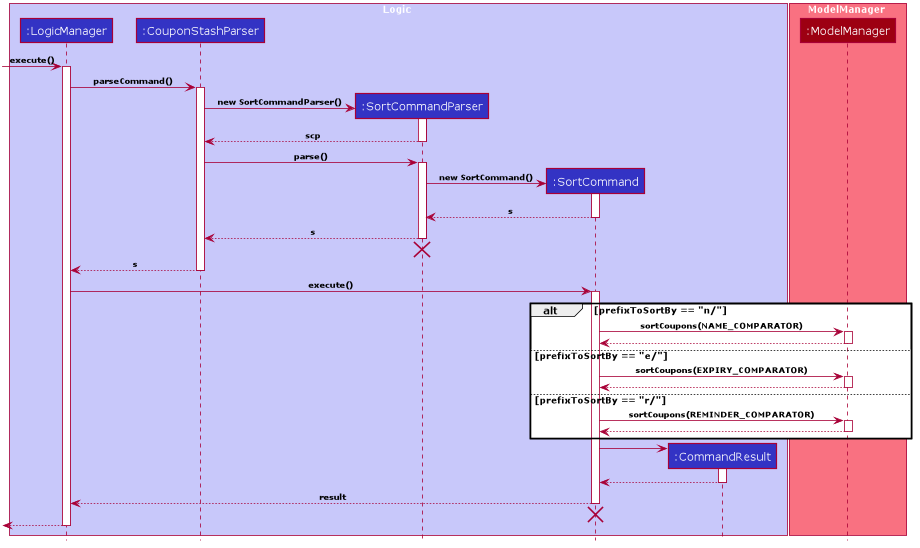
nus-cs2103-AY1920S2/addressbook-level3 keeps this PlantUML diagram as docs/images/SortCommandSeqDiagram.png. Above is the earlier version. The source it was exported from:
```plantuml
@startuml










skinparam BackgroundColor #FFFFFFF

skinparam Shadowing false

skinparam Class {
    FontColor #FFFFFF
    BorderThickness 1
    BorderColor #FFFFFF
    StereotypeFontColor #FFFFFF
    FontName Verdana
    AttributeFontColor #FFFFFF
}

skinparam Actor {
    BorderColor #000000
    Color #000000
    FontName Verdana
}

skinparam Sequence {
    MessageAlign center
    BoxFontSize 12
    BoxPadding 0
    BoxFontColor #FFFFFF
    FontName Verdana
}

skinparam Participant {
    FontColor #FFFFFFF
    Padding 20
}

skinparam GenericDisplay zz

skinparam ArrowFontSize 10
skinparam ArrowFontStyle bold

skinparam NoteBackgroundColor ghostwhite
skinparam NoteBorderColor #3333C4
skinparam DefaultFontName Verdana

skinparam MinClassWidth 50
skinparam ParticipantPadding 10
skinparam Shadowing false
skinparam DefaultTextAlignment center
skinparam packageStyle Rectangle
skinparam classAttributeIconSize 0
skinparam genericDisplay old

hide footbox
hide members
hide circle

box Logic #C8C8FA
participant ":LogicManager" as LogicManager #3333C4
participant ":CouponStashParser" as CouponStashParser #3333C4
participant ":SortCommandParser" as SortCommandParser #3333C4
participant ":SortCommand" as SortCommand #3333C4
participant ":CommandResult" as CommandResult #3333C4
end box

box ModelManager #F97181
participant ":ModelManager" as ModelManager #9D0012
end box

[-> LogicManager : execute()
activate LogicManager

LogicManager -> CouponStashParser : parseCommand()
activate CouponStashParser

create SortCommandParser
CouponStashParser -> SortCommandParser : new SortCommandParser()
activate SortCommandParser

SortCommandParser --> CouponStashParser : scp
deactivate SortCommandParser

CouponStashParser -> SortCommandParser : parse()
activate SortCommandParser

create SortCommand
SortCommandParser -> SortCommand : new SortCommand()
activate SortCommand

SortCommand --> SortCommandParser : s
deactivate SortCommand

SortCommandParser --> CouponStashParser : s
deactivate SortCommandParser
SortCommandParser -[hidden]-> CouponStashParser
destroy SortCommandParser

CouponStashParser --> LogicManager : s
deactivate CouponStashParser

LogicManager -> SortCommand : execute()
activate SortCommand

alt prefixToSortBy == "n/"
    SortCommand -> ModelManager : sortCoupons(NAME_COMPARATOR)
    activate ModelManager
    ModelManager --> SortCommand :
    deactivate ModelManager
else prefixToSortBy == "e/"
    SortCommand -> ModelManager : sortCoupons(EXPIRY_COMPARATOR)
    activate ModelManager
    ModelManager --> SortCommand :
    deactivate ModelManager
else prefixToSortBy == "r/"
    SortCommand -> ModelManager : sortCoupons(REMINDER_COMPARATOR)
    activate ModelManager
    ModelManager --> SortCommand :
    deactivate ModelManager
end

create CommandResult
SortCommand -> CommandResult
activate CommandResult

CommandResult --> SortCommand
deactivate CommandResult

SortCommand --> LogicManager : result
deactivate SortCommand
SortCommand -[hidden]-> SortCommandParser
destroy SortCommand

[<--LogicManager
deactivate LogicManager
@enduml
```
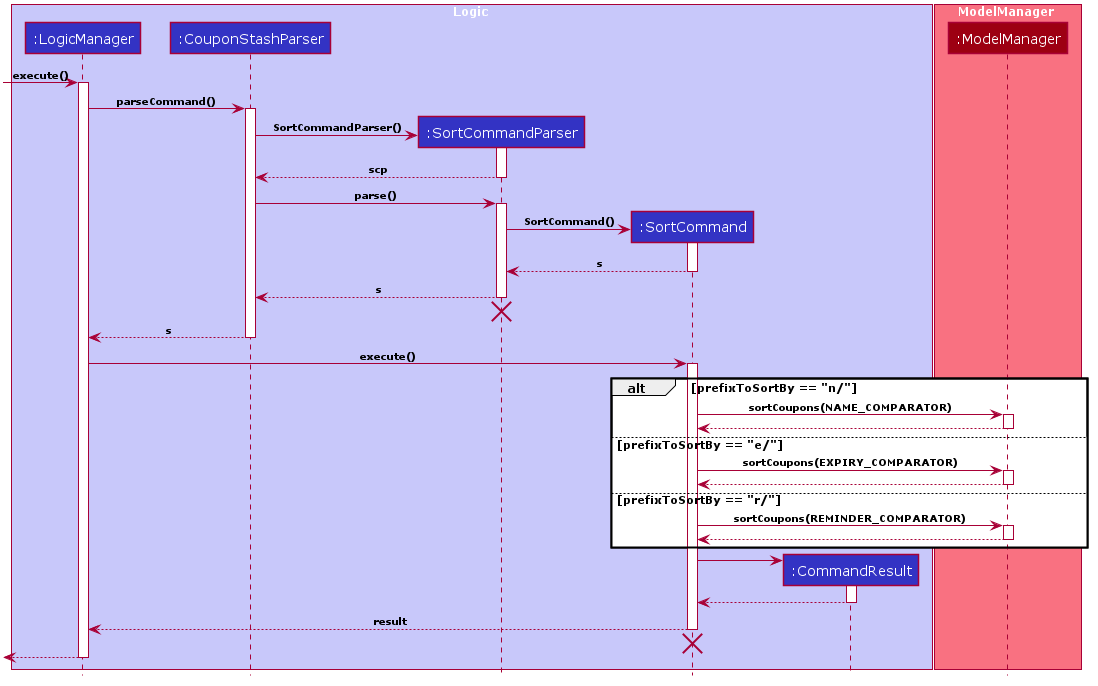
Above is the later version.

What changed in the source:
```diff
@@ -81,7 +81,7 @@
 activate CouponStashParser
 
 create SortCommandParser
-CouponStashParser -> SortCommandParser : new SortCommandParser()
+CouponStashParser -> SortCommandParser : SortCommandParser()
 activate SortCommandParser
 
 SortCommandParser --> CouponStashParser : scp
@@ -91,7 +91,7 @@
 activate SortCommandParser
 
 create SortCommand
-SortCommandParser -> SortCommand : new SortCommand()
+SortCommandParser -> SortCommand : SortCommand()
 activate SortCommand
 
 SortCommand --> SortCommandParser : s
```
